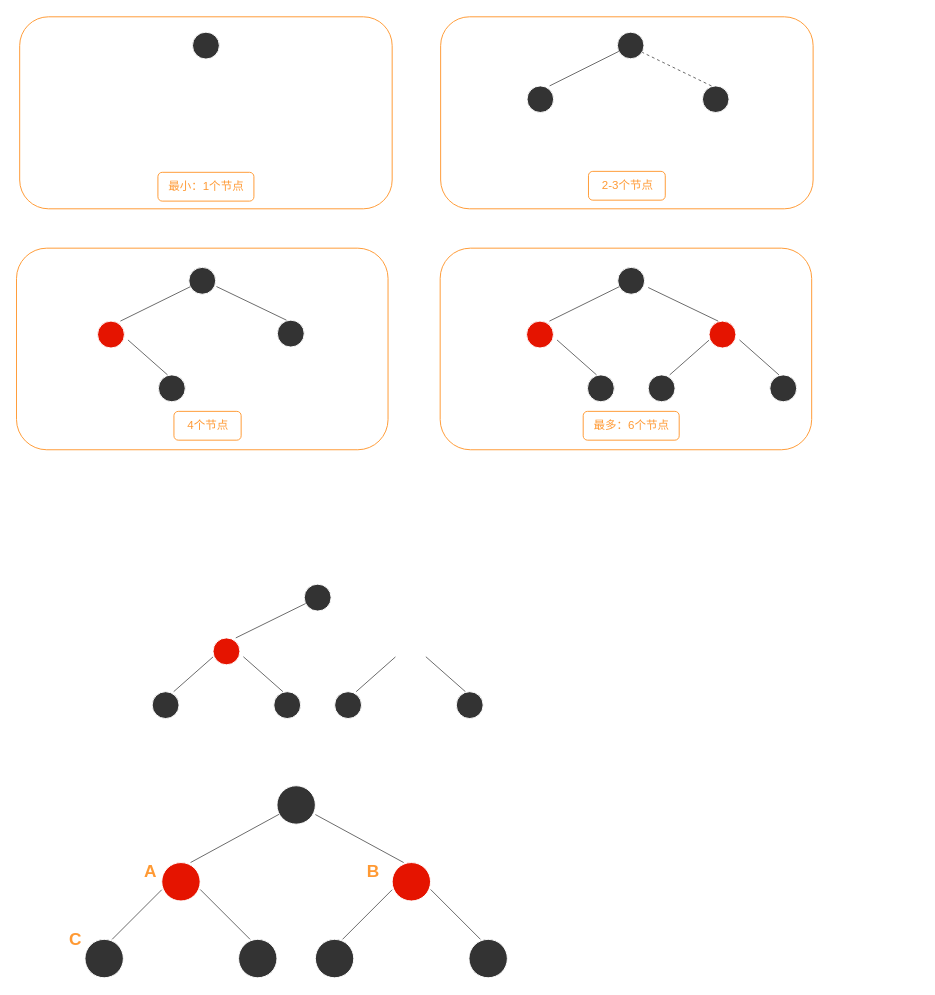
Earlier version of the draw.io diagram 未命名绘图.drawio (GEDYBOY/gedy). Source tidied: cells renumbered, new cells numbered last; positions are measured from the earlier drawing's top-left corner, leaving out a move shared by most shapes. Both pictures are drawn from the tidied source at 96%, with x=0, y=0 at pixel (16, 16).
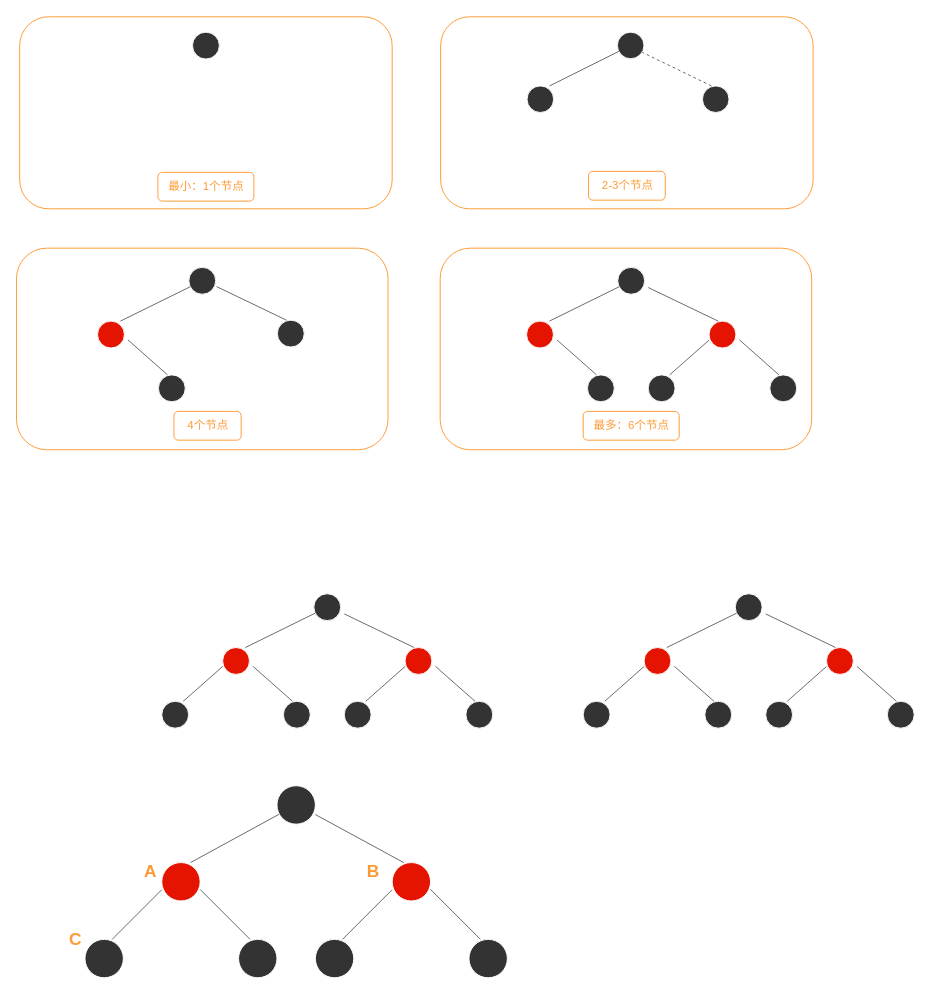
After the change.

Commit message (it also covers changes not shown here):
更新未命名绘图.drawio

Diff of the diagram source:
```diff
@@
-    <mxCell id="21" style="group;" parent="1" vertex="1">
-      <mxGeometry x="141" y="591" width="348.5" height="140" as="geometry" />
-    </mxCell>
-    <mxCell id="22" style="ellipse;whiteSpace=wrap;html=1;fillColor=#e51400;fontColor=#ffffff;strokeColor=#FFFFFF;" parent="21" vertex="1">
-      <mxGeometry x="63.4" y="56" width="28" height="28" as="geometry" />
-    </mxCell>
-    <mxCell id="23" style="ellipse;whiteSpace=wrap;html=1;fillColor=#333333;fontColor=#000000;strokeColor=#FFFFFF;" parent="21" vertex="1">
-      <mxGeometry y="112" width="28" height="28" as="geometry" />
-    </mxCell>
-    <mxCell id="24" style="ellipse;whiteSpace=wrap;html=1;fillColor=#333333;strokeColor=#FFFFFF;" parent="21" vertex="1">
-      <mxGeometry x="126.7" y="112" width="28" height="28" as="geometry" />
-    </mxCell>
-    <mxCell id="25" style="endArrow=none;html=1;rounded=0;entryX=0;entryY=1;entryDx=0;entryDy=0;fillColor=#f5f5f5;gradientColor=#b3b3b3;strokeColor=#666666;" parent="21" edge="1">
-      <mxGeometry relative="1" as="geometry">
-        <mxPoint x="22.4" y="112" as="sourcePoint" />
-        <mxPoint x="63.4" y="75.8" as="targetPoint" />
-      </mxGeometry>
-    </mxCell>
-    <mxCell id="26" style="endArrow=none;html=1;rounded=0;entryX=0;entryY=1;entryDx=0;entryDy=0;fillColor=#f5f5f5;gradientColor=#b3b3b3;strokeColor=#666666;" parent="21" edge="1">
-      <mxGeometry relative="1" as="geometry">
-        <mxPoint x="95" y="75.6" as="sourcePoint" />
-        <mxPoint x="136.2" y="112" as="targetPoint" />
-      </mxGeometry>
-    </mxCell>
-    <mxCell id="27" style="ellipse;whiteSpace=wrap;html=1;fillColor=#333333;strokeColor=#FFFFFF;" parent="21" vertex="1">
-      <mxGeometry x="190.1" y="112" width="28" height="28" as="geometry" />
-    </mxCell>
-    <mxCell id="28" style="ellipse;whiteSpace=wrap;html=1;fillColor=#333333;strokeColor=#FFFFFF;" parent="21" vertex="1">
-      <mxGeometry x="316.8" y="112" width="28" height="28" as="geometry" />
-    </mxCell>
-    <mxCell id="29" style="endArrow=none;html=1;rounded=0;entryX=0;entryY=1;entryDx=0;entryDy=0;fillColor=#f5f5f5;gradientColor=#b3b3b3;strokeColor=#666666;" parent="21" edge="1">
-      <mxGeometry relative="1" as="geometry">
-        <mxPoint x="212.5" y="112" as="sourcePoint" />
-        <mxPoint x="253.4" y="75.8" as="targetPoint" />
-      </mxGeometry>
-    </mxCell>
-    <mxCell id="30" style="endArrow=none;html=1;rounded=0;entryX=0;entryY=1;entryDx=0;entryDy=0;fillColor=#f5f5f5;gradientColor=#b3b3b3;strokeColor=#666666;" parent="21" edge="1">
-      <mxGeometry relative="1" as="geometry">
-        <mxPoint x="285.1" y="75.6" as="sourcePoint" />
-        <mxPoint x="326.3" y="112" as="targetPoint" />
-      </mxGeometry>
-    </mxCell>
-    <mxCell id="31" style="ellipse;whiteSpace=wrap;html=1;fillColor=#333333;strokeColor=#FFFFFF;" parent="21" vertex="1">
-      <mxGeometry x="158.4" width="28" height="28" as="geometry" />
-    </mxCell>
-    <mxCell id="32" style="endArrow=none;html=1;rounded=0;fillColor=#f5f5f5;gradientColor=#b3b3b3;strokeColor=#666666;" parent="21" edge="1" target="31">
-      <mxGeometry relative="1" as="geometry">
-        <mxPoint x="87.1" y="56" as="sourcePoint" />
-      </mxGeometry>
-    </mxCell>
@@
+    <mxCell id="63" style="group;" parent="1" vertex="1">
+      <mxGeometry x="151" y="601" width="348.5" height="140" as="geometry" />
+    </mxCell>
+    <mxCell id="64" style="ellipse;whiteSpace=wrap;html=1;fillColor=#e51400;fontColor=#ffffff;strokeColor=#FFFFFF;" parent="63" vertex="1">
+      <mxGeometry x="63.4" y="56" width="28" height="28" as="geometry" />
+    </mxCell>
+    <mxCell id="65" style="ellipse;whiteSpace=wrap;html=1;fillColor=#333333;fontColor=#000000;strokeColor=#FFFFFF;" parent="63" vertex="1">
+      <mxGeometry y="112" width="28" height="28" as="geometry" />
+    </mxCell>
+    <mxCell id="66" style="ellipse;whiteSpace=wrap;html=1;fillColor=#333333;strokeColor=#FFFFFF;" parent="63" vertex="1">
+      <mxGeometry x="126.7" y="112" width="28" height="28" as="geometry" />
+    </mxCell>
+    <mxCell id="67" style="endArrow=none;html=1;rounded=0;entryX=0;entryY=1;entryDx=0;entryDy=0;fillColor=#f5f5f5;gradientColor=#b3b3b3;strokeColor=#666666;" parent="63" edge="1">
+      <mxGeometry relative="1" as="geometry">
+        <mxPoint x="22.4" y="112" as="sourcePoint" />
+        <mxPoint x="63.4" y="75.8" as="targetPoint" />
+      </mxGeometry>
+    </mxCell>
+    <mxCell id="68" style="endArrow=none;html=1;rounded=0;entryX=0;entryY=1;entryDx=0;entryDy=0;fillColor=#f5f5f5;gradientColor=#b3b3b3;strokeColor=#666666;" parent="63" edge="1">
+      <mxGeometry relative="1" as="geometry">
+        <mxPoint x="95" y="75.6" as="sourcePoint" />
+        <mxPoint x="136.2" y="112" as="targetPoint" />
+      </mxGeometry>
+    </mxCell>
+    <mxCell id="69" style="ellipse;whiteSpace=wrap;html=1;fillColor=#e51400;fontColor=#ffffff;strokeColor=#FFFFFF;" parent="63" vertex="1">
+      <mxGeometry x="253.4" y="56" width="28" height="28" as="geometry" />
+    </mxCell>
+    <mxCell id="70" style="ellipse;whiteSpace=wrap;html=1;fillColor=#333333;strokeColor=#FFFFFF;" parent="63" vertex="1">
+      <mxGeometry x="190.1" y="112" width="28" height="28" as="geometry" />
+    </mxCell>
+    <mxCell id="71" style="ellipse;whiteSpace=wrap;html=1;fillColor=#333333;strokeColor=#FFFFFF;" parent="63" vertex="1">
+      <mxGeometry x="316.8" y="112" width="28" height="28" as="geometry" />
+    </mxCell>
+    <mxCell id="72" style="endArrow=none;html=1;rounded=0;entryX=0;entryY=1;entryDx=0;entryDy=0;fillColor=#f5f5f5;gradientColor=#b3b3b3;strokeColor=#666666;" parent="63" edge="1">
+      <mxGeometry relative="1" as="geometry">
+        <mxPoint x="212.5" y="112" as="sourcePoint" />
+        <mxPoint x="253.4" y="75.8" as="targetPoint" />
+      </mxGeometry>
+    </mxCell>
+    <mxCell id="73" style="endArrow=none;html=1;rounded=0;entryX=0;entryY=1;entryDx=0;entryDy=0;fillColor=#f5f5f5;gradientColor=#b3b3b3;strokeColor=#666666;" parent="63" edge="1">
+      <mxGeometry relative="1" as="geometry">
+        <mxPoint x="285.1" y="75.6" as="sourcePoint" />
+        <mxPoint x="326.3" y="112" as="targetPoint" />
+      </mxGeometry>
+    </mxCell>
+    <mxCell id="74" style="ellipse;whiteSpace=wrap;html=1;fillColor=#333333;strokeColor=#FFFFFF;" parent="63" vertex="1">
+      <mxGeometry x="158.4" width="28" height="28" as="geometry" />
+    </mxCell>
+    <mxCell id="75" style="endArrow=none;html=1;rounded=0;fillColor=#f5f5f5;gradientColor=#b3b3b3;strokeColor=#666666;" parent="63" edge="1" target="74">
+      <mxGeometry relative="1" as="geometry">
+        <mxPoint x="87.1" y="56" as="sourcePoint" />
+      </mxGeometry>
+    </mxCell>
+    <mxCell id="76" style="endArrow=none;html=1;rounded=0;fillColor=#f5f5f5;gradientColor=#b3b3b3;strokeColor=#666666;" parent="63" edge="1">
+      <mxGeometry relative="1" as="geometry">
+        <mxPoint x="262.9" y="56" as="sourcePoint" />
+        <mxPoint x="190.1" y="21" as="targetPoint" />
+      </mxGeometry>
+    </mxCell>
+    <mxCell id="77" style="group;" parent="1" vertex="1">
+      <mxGeometry x="590" y="601" width="348.5" height="140" as="geometry" />
+    </mxCell>
+    <mxCell id="78" style="ellipse;whiteSpace=wrap;html=1;fillColor=#e51400;fontColor=#ffffff;strokeColor=#FFFFFF;" parent="77" vertex="1">
+      <mxGeometry x="63.4" y="56" width="28" height="28" as="geometry" />
+    </mxCell>
+    <mxCell id="79" style="ellipse;whiteSpace=wrap;html=1;fillColor=#333333;fontColor=#000000;strokeColor=#FFFFFF;" parent="77" vertex="1">
+      <mxGeometry y="112" width="28" height="28" as="geometry" />
+    </mxCell>
+    <mxCell id="80" style="ellipse;whiteSpace=wrap;html=1;fillColor=#333333;strokeColor=#FFFFFF;" parent="77" vertex="1">
+      <mxGeometry x="126.7" y="112" width="28" height="28" as="geometry" />
+    </mxCell>
+    <mxCell id="81" style="endArrow=none;html=1;rounded=0;entryX=0;entryY=1;entryDx=0;entryDy=0;fillColor=#f5f5f5;gradientColor=#b3b3b3;strokeColor=#666666;" parent="77" edge="1">
+      <mxGeometry relative="1" as="geometry">
+        <mxPoint x="22.4" y="112" as="sourcePoint" />
+        <mxPoint x="63.4" y="75.8" as="targetPoint" />
+      </mxGeometry>
+    </mxCell>
+    <mxCell id="82" style="endArrow=none;html=1;rounded=0;entryX=0;entryY=1;entryDx=0;entryDy=0;fillColor=#f5f5f5;gradientColor=#b3b3b3;strokeColor=#666666;" parent="77" edge="1">
+      <mxGeometry relative="1" as="geometry">
+        <mxPoint x="95" y="75.6" as="sourcePoint" />
+        <mxPoint x="136.2" y="112" as="targetPoint" />
+      </mxGeometry>
+    </mxCell>
+    <mxCell id="83" style="ellipse;whiteSpace=wrap;html=1;fillColor=#e51400;fontColor=#ffffff;strokeColor=#FFFFFF;" parent="77" vertex="1">
+      <mxGeometry x="253.4" y="56" width="28" height="28" as="geometry" />
+    </mxCell>
+    <mxCell id="84" style="ellipse;whiteSpace=wrap;html=1;fillColor=#333333;strokeColor=#FFFFFF;" parent="77" vertex="1">
+      <mxGeometry x="190.1" y="112" width="28" height="28" as="geometry" />
+    </mxCell>
+    <mxCell id="85" style="ellipse;whiteSpace=wrap;html=1;fillColor=#333333;strokeColor=#FFFFFF;" parent="77" vertex="1">
+      <mxGeometry x="316.8" y="112" width="28" height="28" as="geometry" />
+    </mxCell>
+    <mxCell id="86" style="endArrow=none;html=1;rounded=0;entryX=0;entryY=1;entryDx=0;entryDy=0;fillColor=#f5f5f5;gradientColor=#b3b3b3;strokeColor=#666666;" parent="77" edge="1">
+      <mxGeometry relative="1" as="geometry">
+        <mxPoint x="212.5" y="112" as="sourcePoint" />
+        <mxPoint x="253.4" y="75.8" as="targetPoint" />
+      </mxGeometry>
+    </mxCell>
+    <mxCell id="87" style="endArrow=none;html=1;rounded=0;entryX=0;entryY=1;entryDx=0;entryDy=0;fillColor=#f5f5f5;gradientColor=#b3b3b3;strokeColor=#666666;" parent="77" edge="1">
+      <mxGeometry relative="1" as="geometry">
+        <mxPoint x="285.1" y="75.6" as="sourcePoint" />
+        <mxPoint x="326.3" y="112" as="targetPoint" />
+      </mxGeometry>
+    </mxCell>
+    <mxCell id="88" style="ellipse;whiteSpace=wrap;html=1;fillColor=#333333;strokeColor=#FFFFFF;" parent="77" vertex="1">
+      <mxGeometry x="158.4" width="28" height="28" as="geometry" />
+    </mxCell>
+    <mxCell id="89" style="endArrow=none;html=1;rounded=0;fillColor=#f5f5f5;gradientColor=#b3b3b3;strokeColor=#666666;" parent="77" edge="1" target="88">
+      <mxGeometry relative="1" as="geometry">
+        <mxPoint x="87.1" y="56" as="sourcePoint" />
+      </mxGeometry>
+    </mxCell>
+    <mxCell id="90" style="endArrow=none;html=1;rounded=0;fillColor=#f5f5f5;gradientColor=#b3b3b3;strokeColor=#666666;" parent="77" edge="1">
+      <mxGeometry relative="1" as="geometry">
+        <mxPoint x="262.9" y="56" as="sourcePoint" />
+        <mxPoint x="190.1" y="21" as="targetPoint" />
+      </mxGeometry>
+    </mxCell>
```
